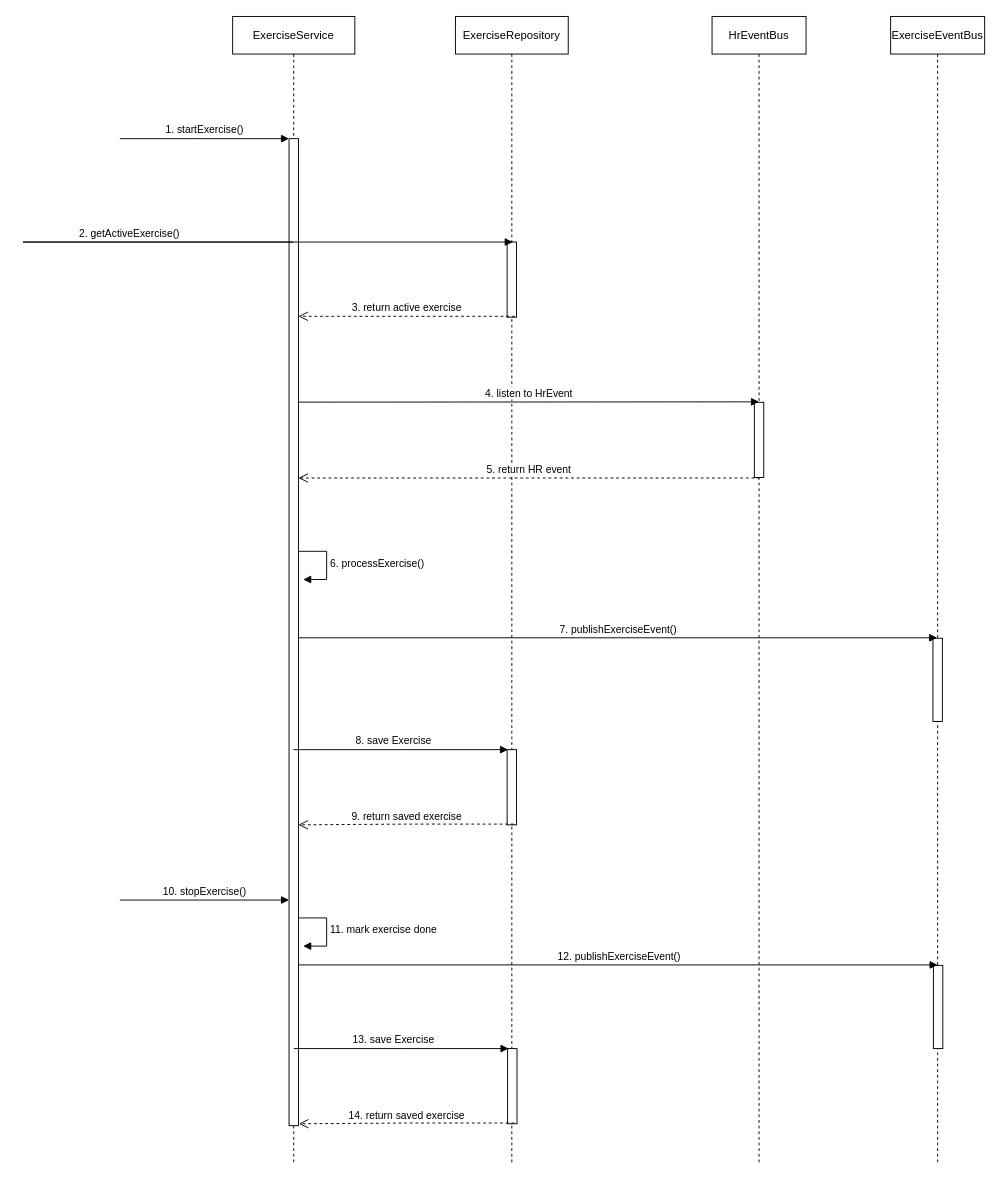
Before: my-thesis/diagrams/exercise-service-start.drawio in ba-nhermanto/thesis, a draw.io diagram. Source tidied: cells renumbered, new cells numbered last; positions are measured from the earlier drawing's top-left corner, leaving out a move shared by most shapes. Both pictures are drawn from the tidied source at 94%, with x=0, y=0 at pixel (23, 16).
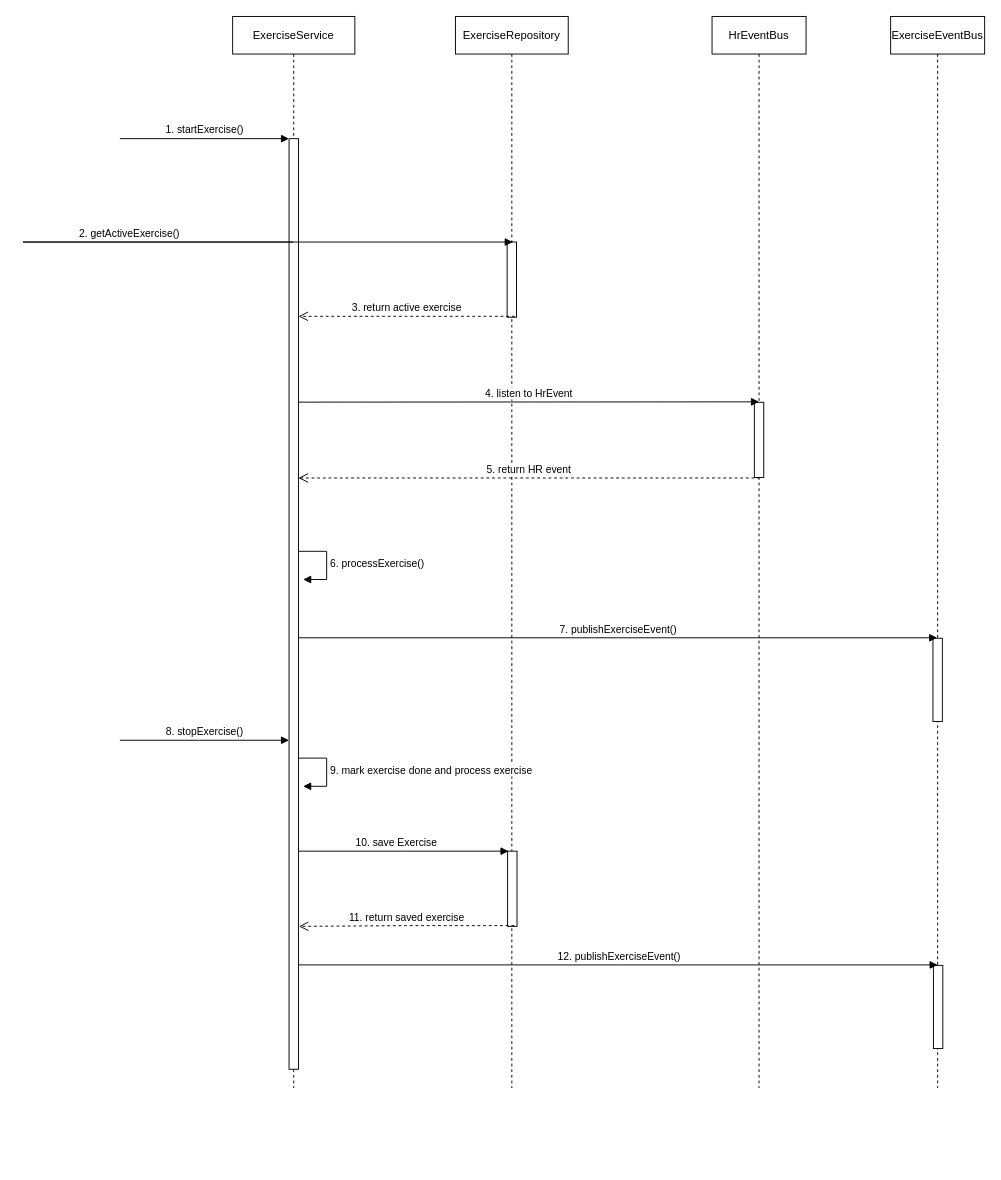
After the change.

What changed in the source:
```diff
@@
     <mxCell id="3" value="ExerciseService" style="shape=umlLifeline;perimeter=lifelinePerimeter;whiteSpace=wrap;html=1;outlineConnect=0;portConstraint=eastwest;newEdgeStyle={&quot;edgeStyle&quot;:&quot;elbowEdgeStyle&quot;,&quot;elbow&quot;:&quot;vertical&quot;,&quot;curved&quot;:0,&quot;rounded&quot;:0};" parent="1" vertex="1">
-      <mxGeometry x="223" width="130" height="1220" as="geometry" />
+      <mxGeometry x="223" width="130" height="1140" as="geometry" />
     </mxCell>
     <mxCell id="4" style="html=1;points=[];perimeter=orthogonalPerimeter;outlineConnect=0;targetShapes=umlLifeline;portConstraint=eastwest;newEdgeStyle={&quot;edgeStyle&quot;:&quot;elbowEdgeStyle&quot;,&quot;elbow&quot;:&quot;vertical&quot;,&quot;curved&quot;:0,&quot;rounded&quot;:0};" parent="3" vertex="1">
-      <mxGeometry x="60" y="130" width="10" height="1050" as="geometry" />
+      <mxGeometry x="60" y="130" width="10" height="990" as="geometry" />
     </mxCell>
@@
     <mxCell id="6" value="ExerciseRepository" style="shape=umlLifeline;perimeter=lifelinePerimeter;whiteSpace=wrap;html=1;newEdgeStyle={&quot;edgeStyle&quot;:&quot;elbowEdgeStyle&quot;,&quot;elbow&quot;:&quot;vertical&quot;,&quot;curved&quot;:0,&quot;rounded&quot;:0};" parent="1" vertex="1">
-      <mxGeometry x="460" width="120" height="1220" as="geometry" />
+      <mxGeometry x="460" width="120" height="1140" as="geometry" />
     </mxCell>
@@
-    <mxCell id="9" style="html=1;perimeter=orthogonalPerimeter;targetShapes=umlLifeline;newEdgeStyle={&quot;edgeStyle&quot;:&quot;elbowEdgeStyle&quot;,&quot;elbow&quot;:&quot;vertical&quot;,&quot;curved&quot;:0,&quot;rounded&quot;:0};" parent="6" vertex="1">
-      <mxGeometry x="55" y="780" width="10" height="80" as="geometry" />
-    </mxCell>
-    <mxCell id="10" value="8. save Exercise" style="html=1;verticalAlign=bottom;endArrow=block;edgeStyle=elbowEdgeStyle;elbow=vertical;curved=0;rounded=0;" parent="6" edge="1">
-      <mxGeometry x="-0.08" relative="1" as="geometry">
-        <mxPoint x="-172.5" y="780" as="sourcePoint" />
-        <mxPoint x="56" y="780" as="targetPoint" />
-        <mxPoint x="1" as="offset" />
-      </mxGeometry>
-    </mxCell>
-    <mxCell id="11" value="9. return saved exercise" style="html=1;verticalAlign=bottom;endArrow=open;dashed=1;endSize=8;edgeStyle=elbowEdgeStyle;elbow=horizontal;curved=0;rounded=0;" parent="6" edge="1">
-      <mxGeometry relative="1" as="geometry">
-        <mxPoint x="62" y="859.2" as="sourcePoint" />
-        <mxPoint x="-167" y="860" as="targetPoint" />
-      </mxGeometry>
-    </mxCell>
@@
     <mxCell id="13" value="HrEventBus" style="shape=umlLifeline;perimeter=lifelinePerimeter;whiteSpace=wrap;html=1;newEdgeStyle={&quot;edgeStyle&quot;:&quot;elbowEdgeStyle&quot;,&quot;elbow&quot;:&quot;vertical&quot;,&quot;curved&quot;:0,&quot;rounded&quot;:0};" parent="1" vertex="1">
-      <mxGeometry x="733" width="100" height="1220" as="geometry" />
+      <mxGeometry x="733" width="100" height="1140" as="geometry" />
     </mxCell>
@@
     <mxCell id="17" value="ExerciseEventBus" style="shape=umlLifeline;perimeter=lifelinePerimeter;whiteSpace=wrap;html=1;newEdgeStyle={&quot;edgeStyle&quot;:&quot;elbowEdgeStyle&quot;,&quot;elbow&quot;:&quot;vertical&quot;,&quot;curved&quot;:0,&quot;rounded&quot;:0};" parent="1" vertex="1">
-      <mxGeometry x="923" width="100" height="1220" as="geometry" />
+      <mxGeometry x="923" width="100" height="1140" as="geometry" />
     </mxCell>
@@
-    <mxCell id="20" value="10. stopExercise()" style="html=1;verticalAlign=bottom;endArrow=block;edgeStyle=elbowEdgeStyle;elbow=horizontal;curved=0;rounded=0;" parent="1" edge="1">
+    <mxCell id="20" value="8. stopExercise()" style="html=1;verticalAlign=bottom;endArrow=block;edgeStyle=elbowEdgeStyle;elbow=horizontal;curved=0;rounded=0;" parent="1" edge="1">
       <mxGeometry relative="1" as="geometry">
-        <mxPoint x="103" y="940" as="sourcePoint" />
-        <mxPoint x="283" y="940" as="targetPoint" />
+        <mxPoint x="103" y="770" as="sourcePoint" />
+        <mxPoint x="283" y="770" as="targetPoint" />
         <Array as="points">
-          <mxPoint x="188" y="940" />
+          <mxPoint x="188" y="770" />
         </Array>
       </mxGeometry>
     </mxCell>
     <mxCell id="21" style="html=1;perimeter=orthogonalPerimeter;targetShapes=umlLifeline;newEdgeStyle={&quot;edgeStyle&quot;:&quot;elbowEdgeStyle&quot;,&quot;elbow&quot;:&quot;vertical&quot;,&quot;curved&quot;:0,&quot;rounded&quot;:0};" parent="1" vertex="1">
-      <mxGeometry x="515.5" y="1098" width="10" height="80" as="geometry" />
+      <mxGeometry x="515.5" y="888" width="10" height="80" as="geometry" />
     </mxCell>
-    <mxCell id="22" value="13. save Exercise" style="html=1;verticalAlign=bottom;endArrow=block;edgeStyle=elbowEdgeStyle;elbow=vertical;curved=0;rounded=0;" parent="1" edge="1">
+    <mxCell id="22" value="10. save Exercise" style="html=1;verticalAlign=bottom;endArrow=block;edgeStyle=elbowEdgeStyle;elbow=vertical;curved=0;rounded=0;" parent="1" edge="1" source="4">
       <mxGeometry x="-0.08" relative="1" as="geometry">
-        <mxPoint x="288" y="1098" as="sourcePoint" />
-        <mxPoint x="516.5" y="1098" as="targetPoint" />
+        <mxPoint x="516.5" y="888" as="targetPoint" />
         <mxPoint x="1" as="offset" />
       </mxGeometry>
     </mxCell>
-    <mxCell id="23" value="14. return saved exercise" style="html=1;verticalAlign=bottom;endArrow=open;dashed=1;endSize=8;edgeStyle=elbowEdgeStyle;elbow=horizontal;curved=0;rounded=0;" parent="1" edge="1">
+    <mxCell id="23" value="11. return saved exercise" style="html=1;verticalAlign=bottom;endArrow=open;dashed=1;endSize=8;edgeStyle=elbowEdgeStyle;elbow=horizontal;curved=0;rounded=0;" parent="1" edge="1">
       <mxGeometry relative="1" as="geometry">
-        <mxPoint x="522.5" y="1177.2" as="sourcePoint" />
-        <mxPoint x="293.5" y="1178" as="targetPoint" />
+        <mxPoint x="522.5" y="967.2" as="sourcePoint" />
+        <mxPoint x="293.5" y="968" as="targetPoint" />
       </mxGeometry>
     </mxCell>
@@
-    <mxCell id="26" value="11. mark exercise done" style="html=1;align=left;spacingLeft=2;endArrow=block;rounded=0;edgeStyle=orthogonalEdgeStyle;curved=0;rounded=0;" parent="1" edge="1">
+    <mxCell id="26" value="9. mark exercise done and process exercise" style="html=1;align=left;spacingLeft=2;endArrow=block;rounded=0;edgeStyle=orthogonalEdgeStyle;curved=0;rounded=0;" parent="1" edge="1">
       <mxGeometry relative="1" as="geometry">
-        <mxPoint x="293" y="959" as="sourcePoint" />
-        <mxPoint x="298" y="989" as="targetPoint" />
+        <mxPoint x="293" y="789" as="sourcePoint" />
+        <mxPoint x="298" y="819" as="targetPoint" />
         <Array as="points">
-          <mxPoint x="323" y="989" />
+          <mxPoint x="323" y="819" />
         </Array>
       </mxGeometry>
     </mxCell>
```
